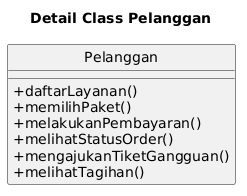
janbu12/nemafi-be keeps this PlantUML diagram as docs/plantuml/detail-classes/detail-class-pelanggan.png. Above is the earlier version.
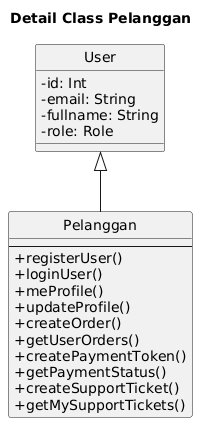
After the commit.

Change to the diagram source:
```diff
@@ -2,14 +2,30 @@
 title Detail Class Pelanggan
 
 skinparam classAttributeIconSize 0
+skinparam shadowing false
+skinparam defaultFontName "Times New Roman"
 hide circle
 
+class User {
+  - id: Int
+  - email: String
+  - fullname: String
+  - role: Role
+}
+
 class Pelanggan {
-  + daftarLayanan()
-  + memilihPaket()
-  + melakukanPembayaran()
-  + melihatStatusOrder()
-  + mengajukanTiketGangguan()
-  + melihatTagihan()
+  --
+  + registerUser()
+  + loginUser()
+  + meProfile()
+  + updateProfile()
+  + createOrder()
+  + getUserOrders()
+  + createPaymentToken()
+  + getPaymentStatus()
+  + createSupportTicket()
+  + getMySupportTickets()
 }
+
+User <|-- Pelanggan
 @enduml
```
